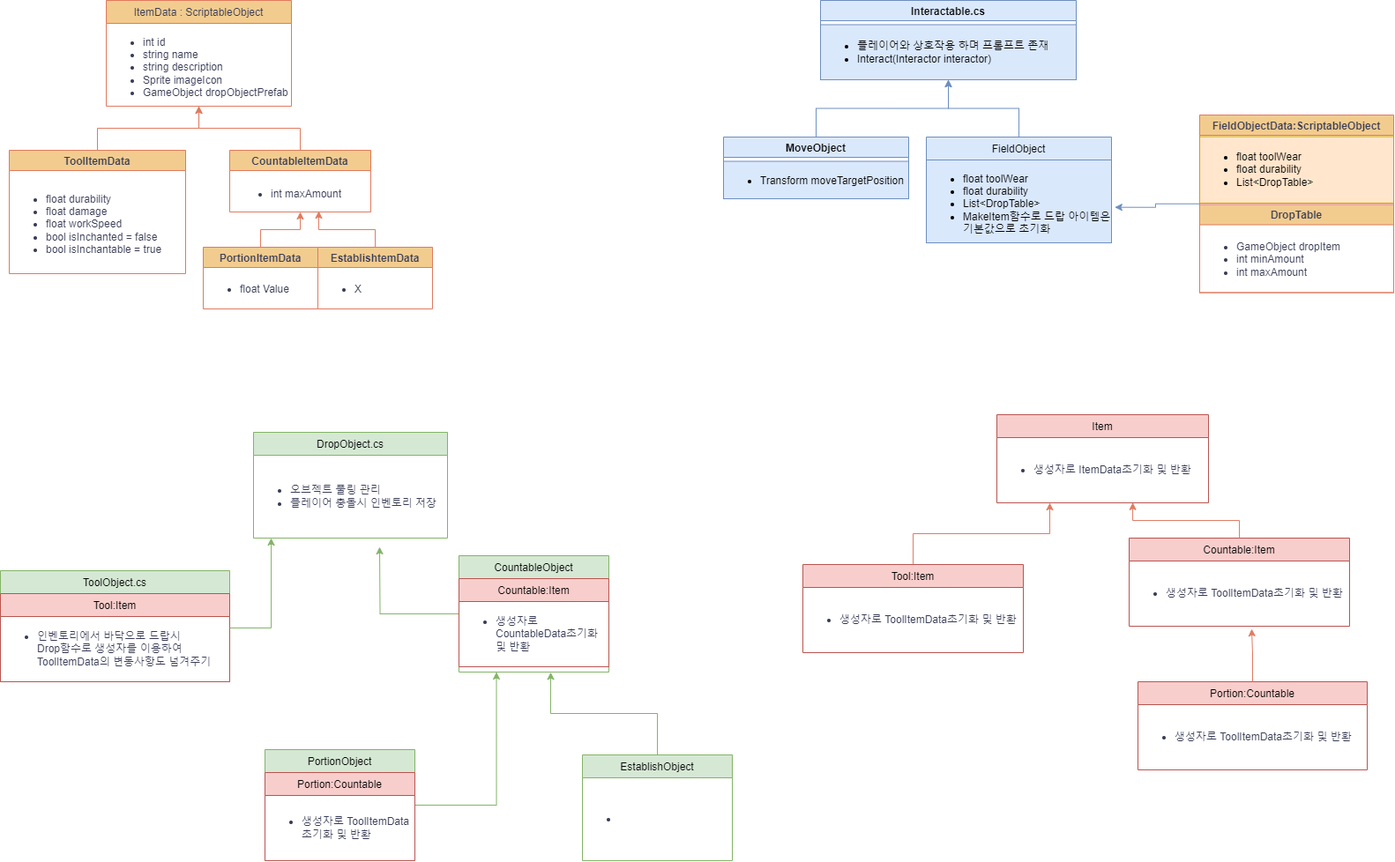
The draw.io diagram 제목 없는 다이어그램.drawio.png in hae-seung/ddolking, before a commit. Source tidied: cells renumbered, new cells last; positions are measured from the earlier drawing's top-left corner, leaving out a move shared by most shapes.
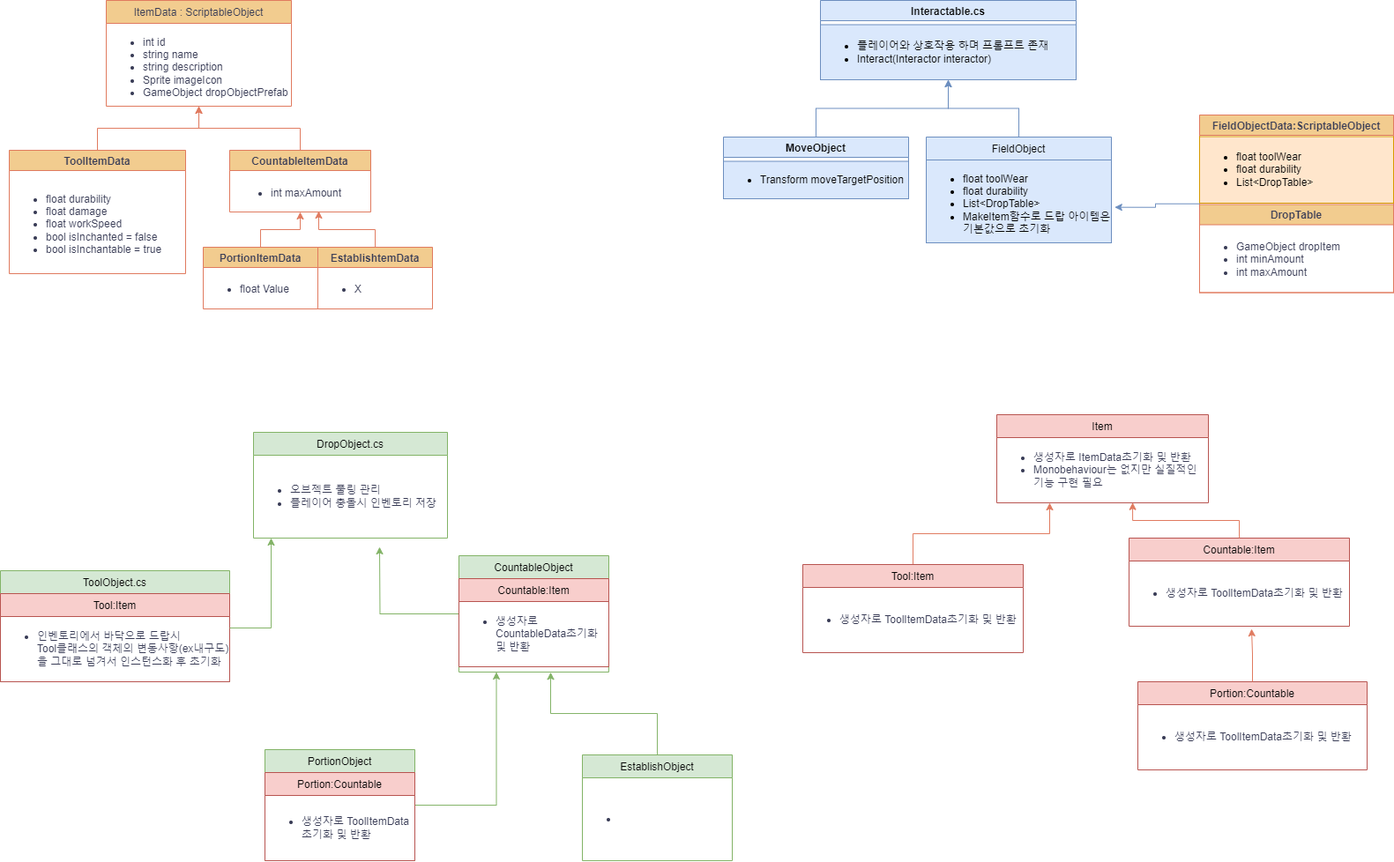
Above is the later version.

Commit message:
제목 없는 다이어그램.drawio.png 업데이트

Change to the diagram source:
```diff
@@ -89,7 +89,7 @@
     <mxCell id="30" value="Tool:Item" style="swimlane;fontStyle=0;align=center;verticalAlign=top;horizontal=1;startSize=26;rounded=0;shadow=0;strokeWidth=1;labelBackgroundColor=none;fillColor=#f8cecc;strokeColor=#b85450;" parent="29" vertex="1">
       <mxGeometry y="26" width="260" height="100" as="geometry" />
     </mxCell>
-    <mxCell id="31" value="&lt;ul&gt;&lt;li&gt;인벤토리에서 바닥으로 드랍시&lt;br&gt;Drop함수로 생성자를 이용하여 ToolItemData의 변동사항도 넘겨주기&lt;/li&gt;&lt;/ul&gt;" style="text;strokeColor=none;fillColor=none;html=1;whiteSpace=wrap;verticalAlign=middle;overflow=hidden;fontColor=#393C56;" parent="30" vertex="1">
+    <mxCell id="31" value="&lt;ul&gt;&lt;li&gt;인벤토리에서 바닥으로 드랍시&lt;br&gt;Tool클래스의 객체의 변동사항(ex내구도)을 그대로 넘겨서 인스턴스화 후 초기화&lt;/li&gt;&lt;/ul&gt;" style="text;strokeColor=none;fillColor=none;html=1;whiteSpace=wrap;verticalAlign=middle;overflow=hidden;fontColor=#393C56;" parent="30" vertex="1">
       <mxGeometry y="26" width="260" height="74" as="geometry" />
     </mxCell>
     <mxCell id="32" value="EstablishtemData" style="swimlane;strokeColor=#E07A5F;fontColor=#393C56;fillColor=#F2CC8F;startSize=23;" parent="1" vertex="1">
@@ -131,7 +131,7 @@
     <mxCell id="42" value="Item" style="swimlane;fontStyle=0;align=center;verticalAlign=top;horizontal=1;startSize=26;rounded=0;shadow=0;strokeWidth=1;labelBackgroundColor=none;fillColor=#f8cecc;strokeColor=#b85450;" parent="1" vertex="1">
       <mxGeometry x="1130" y="470" width="240" height="100" as="geometry" />
     </mxCell>
-    <mxCell id="43" value="&lt;ul&gt;&lt;li&gt;생성자로 ItemData초기화 및 반환&lt;/li&gt;&lt;/ul&gt;" style="text;strokeColor=none;fillColor=none;html=1;whiteSpace=wrap;verticalAlign=middle;overflow=hidden;fontColor=#393C56;" parent="42" vertex="1">
+    <mxCell id="43" value="&lt;ul&gt;&lt;li&gt;생성자로 ItemData초기화 및 반환&lt;/li&gt;&lt;li&gt;Monobehaviour는 없지만 실질적인 기능 구현 필요&lt;/li&gt;&lt;/ul&gt;" style="text;strokeColor=none;fillColor=none;html=1;whiteSpace=wrap;verticalAlign=middle;overflow=hidden;fontColor=#393C56;" parent="42" vertex="1">
       <mxGeometry y="26" width="240" height="74" as="geometry" />
     </mxCell>
     <mxCell id="44" style="edgeStyle=orthogonalEdgeStyle;rounded=0;jettySize=auto;html=1;entryX=0.25;entryY=1;entryDx=0;entryDy=0;strokeColor=#E07A5F;fontColor=#393C56;fillColor=#F2CC8F;" parent="1" edge="1" source="45" target="43">
```
